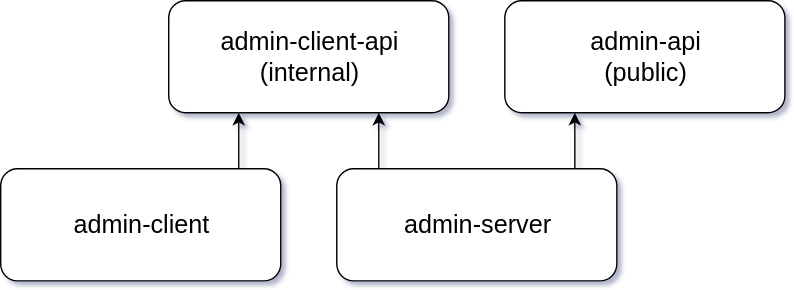
Before: docs/drawio/overview.svg, a diagram exported from draw.io (scommons/scommons-admin). Source tidied: cells renumbered, new cells last; positions are measured from the earlier drawing's top-left corner, leaving out a move shared by most shapes. Its diagram source:
```xml
<mxGraphModel background="#ffffff">
  <root>
    <mxCell id="0" />
    <mxCell id="1" parent="0" />
    <mxCell id="2" value="admin-api&lt;br&gt;(public)" style="rounded=1;whiteSpace=wrap;html=1;fillColor=#FFFFFF;fontSize=18;" parent="1" vertex="1">
      <mxGeometry x="360" width="200" height="80" as="geometry" />
    </mxCell>
    <mxCell id="3" style="edgeStyle=elbowEdgeStyle;rounded=0;html=1;exitX=0.25;exitY=0;entryX=0.75;entryY=1;startArrow=none;startFill=0;endArrow=classic;endFill=1;jettySize=auto;fontSize=16;" parent="1" edge="1" source="5" target="6">
      <mxGeometry relative="1" as="geometry">
        <Array as="points">
          <mxPoint x="270" y="100" />
        </Array>
      </mxGeometry>
    </mxCell>
    <mxCell id="4" style="edgeStyle=elbowEdgeStyle;rounded=0;html=1;exitX=0.75;exitY=0;entryX=0.25;entryY=1;startArrow=none;startFill=0;endArrow=classic;endFill=1;jettySize=auto;fontSize=16;" parent="1" edge="1" source="5" target="2">
      <mxGeometry relative="1" as="geometry">
        <Array as="points">
          <mxPoint x="410" y="100" />
        </Array>
      </mxGeometry>
    </mxCell>
    <mxCell id="5" value="admin-server" style="rounded=1;whiteSpace=wrap;html=1;fillColor=#FFFFFF;fontSize=18;" parent="1" vertex="1">
      <mxGeometry x="240" y="120" width="200" height="80" as="geometry" />
    </mxCell>
    <mxCell id="6" value="admin-client-api&lt;br&gt;(internal)" style="rounded=1;whiteSpace=wrap;html=1;fillColor=#FFFFFF;fontSize=18;" parent="1" vertex="1">
      <mxGeometry x="120" width="200" height="80" as="geometry" />
    </mxCell>
    <mxCell id="7" style="edgeStyle=elbowEdgeStyle;rounded=0;html=1;exitX=0.75;exitY=0;entryX=0.25;entryY=1;startArrow=none;startFill=0;endArrow=classic;endFill=1;jettySize=auto;fontSize=16;" parent="1" edge="1" source="8" target="6">
      <mxGeometry relative="1" as="geometry">
        <Array as="points">
          <mxPoint x="170" y="100" />
        </Array>
      </mxGeometry>
    </mxCell>
    <mxCell id="8" value="admin-client" style="rounded=1;whiteSpace=wrap;html=1;fillColor=#FFFFFF;fontSize=18;" parent="1" vertex="1">
      <mxGeometry y="120" width="200" height="80" as="geometry" />
    </mxCell>
  </root>
</mxGraphModel>
```
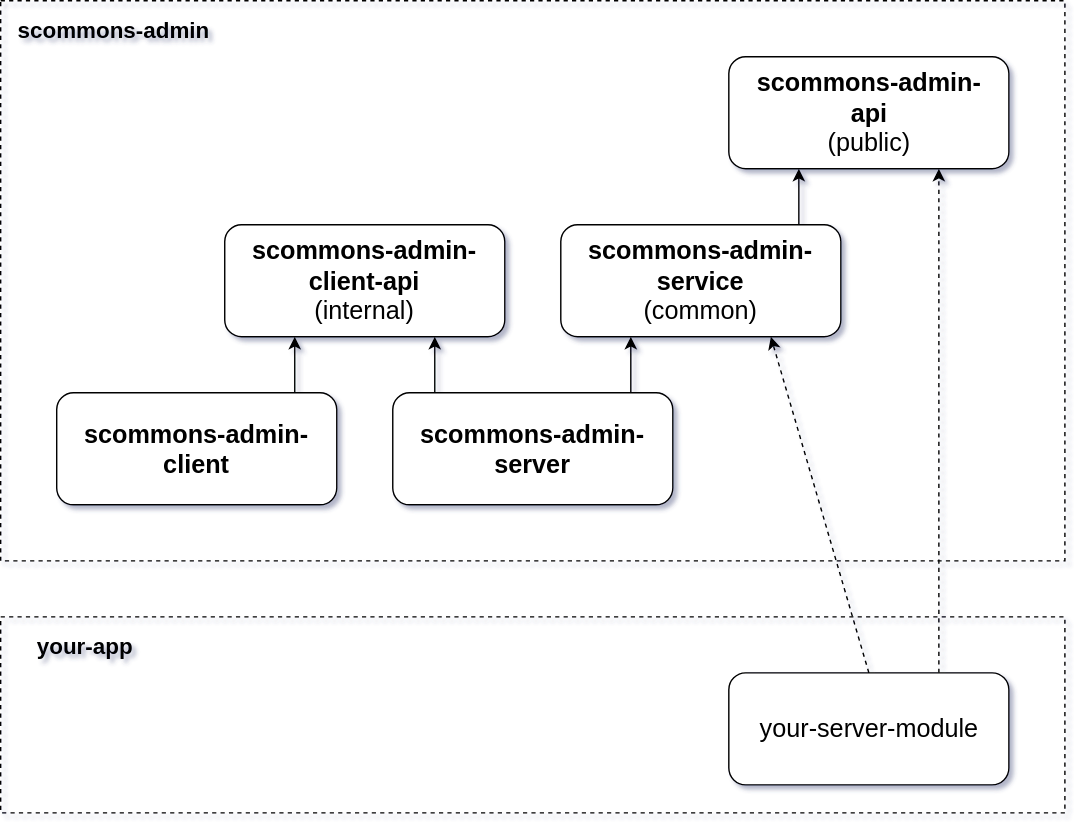
Later version of the same file.

The edit, as a diff of the source:
```diff
@@ -2,7 +2,17 @@
   <root>
     <mxCell id="0" />
     <mxCell id="1" parent="0" />
+    <mxCell id="9" style="rounded=0;whiteSpace=wrap;html=1;fillColor=none;fontSize=16;dashed=1;" parent="1" vertex="1">
+      <mxGeometry x="-40" y="-160" width="760" height="400" as="geometry" />
+    </mxCell>
+    <mxCell id="10" style="edgeStyle=elbowEdgeStyle;rounded=0;html=1;exitX=0.75;exitY=0;entryX=0.25;entryY=1;startArrow=none;startFill=0;endArrow=classic;endFill=1;jettySize=auto;fontSize=16;" parent="1" edge="1" source="2" target="11">
+      <mxGeometry relative="1" as="geometry">
+        <Array as="points">
+          <mxPoint x="530" y="-20" />
+        </Array>
+      </mxGeometry>
+    </mxCell>
-    <mxCell id="2" value="admin-api&lt;br&gt;(public)" style="rounded=1;whiteSpace=wrap;html=1;fillColor=#FFFFFF;fontSize=18;" parent="1" vertex="1">
+    <mxCell id="2" value="&lt;b&gt;scommons-admin-service&lt;/b&gt;&lt;br&gt;(common)" style="rounded=1;whiteSpace=wrap;html=1;fillColor=#FFFFFF;fontSize=18;" parent="1" vertex="1">
       <mxGeometry x="360" width="200" height="80" as="geometry" />
     </mxCell>
     <mxCell id="3" style="edgeStyle=elbowEdgeStyle;rounded=0;html=1;exitX=0.25;exitY=0;entryX=0.75;entryY=1;startArrow=none;startFill=0;endArrow=classic;endFill=1;jettySize=auto;fontSize=16;" parent="1" edge="1" source="5" target="6">
@@ -19,10 +29,10 @@
         </Array>
       </mxGeometry>
     </mxCell>
-    <mxCell id="5" value="admin-server" style="rounded=1;whiteSpace=wrap;html=1;fillColor=#FFFFFF;fontSize=18;" parent="1" vertex="1">
+    <mxCell id="5" value="&lt;b&gt;scommons-admin-server&lt;/b&gt;" style="rounded=1;whiteSpace=wrap;html=1;fillColor=#FFFFFF;fontSize=18;" parent="1" vertex="1">
       <mxGeometry x="240" y="120" width="200" height="80" as="geometry" />
     </mxCell>
-    <mxCell id="6" value="admin-client-api&lt;br&gt;(internal)" style="rounded=1;whiteSpace=wrap;html=1;fillColor=#FFFFFF;fontSize=18;" parent="1" vertex="1">
+    <mxCell id="6" value="&lt;b&gt;scommons-admin-client-api&lt;br&gt;&lt;/b&gt;(internal)" style="rounded=1;whiteSpace=wrap;html=1;fillColor=#FFFFFF;fontSize=18;" parent="1" vertex="1">
       <mxGeometry x="120" width="200" height="80" as="geometry" />
     </mxCell>
     <mxCell id="7" style="edgeStyle=elbowEdgeStyle;rounded=0;html=1;exitX=0.75;exitY=0;entryX=0.25;entryY=1;startArrow=none;startFill=0;endArrow=classic;endFill=1;jettySize=auto;fontSize=16;" parent="1" edge="1" source="8" target="6">
@@ -32,8 +42,29 @@
         </Array>
       </mxGeometry>
     </mxCell>
-    <mxCell id="8" value="admin-client" style="rounded=1;whiteSpace=wrap;html=1;fillColor=#FFFFFF;fontSize=18;" parent="1" vertex="1">
+    <mxCell id="8" value="&lt;b&gt;scommons-admin-client&lt;/b&gt;" style="rounded=1;whiteSpace=wrap;html=1;fillColor=#FFFFFF;fontSize=18;fontStyle=0;" parent="1" vertex="1">
       <mxGeometry y="120" width="200" height="80" as="geometry" />
     </mxCell>
+    <mxCell id="11" value="&lt;b&gt;scommons-admin-&lt;br&gt;api&lt;/b&gt;&lt;br&gt;(public)" style="rounded=1;whiteSpace=wrap;html=1;fillColor=#FFFFFF;fontSize=18;" parent="1" vertex="1">
+      <mxGeometry x="480" y="-120" width="200" height="80" as="geometry" />
+    </mxCell>
+    <mxCell id="12" value="scommons-admin" style="text;html=1;strokeColor=none;fillColor=none;align=center;verticalAlign=middle;whiteSpace=wrap;rounded=0;dashed=1;fontSize=16;fontStyle=1;" parent="1" vertex="1">
+      <mxGeometry x="-40" y="-160" width="160" height="40" as="geometry" />
+    </mxCell>
+    <mxCell id="13" style="rounded=0;whiteSpace=wrap;html=1;fillColor=none;fontSize=16;dashed=1;" parent="1" vertex="1">
+      <mxGeometry x="-40" y="280" width="760" height="140" as="geometry" />
+    </mxCell>
+    <mxCell id="14" value="your-app" style="text;html=1;strokeColor=none;fillColor=none;align=center;verticalAlign=middle;whiteSpace=wrap;rounded=0;dashed=1;fontSize=16;fontStyle=1;" parent="1" vertex="1">
+      <mxGeometry x="-40" y="280" width="120" height="40" as="geometry" />
+    </mxCell>
+    <mxCell id="15" style="edgeStyle=elbowEdgeStyle;rounded=0;html=1;exitX=0.75;exitY=0;entryX=0.75;entryY=1;dashed=1;startArrow=none;startFill=0;endArrow=classic;endFill=1;jettySize=auto;fontSize=16;" parent="1" edge="1" source="16" target="11">
+      <mxGeometry relative="1" as="geometry" />
+    </mxCell>
+    <mxCell id="16" value="your-server-module" style="rounded=1;whiteSpace=wrap;html=1;fillColor=#FFFFFF;fontSize=18;fontStyle=0;" parent="1" vertex="1">
+      <mxGeometry x="480" y="320" width="200" height="80" as="geometry" />
+    </mxCell>
+    <mxCell id="17" style="endArrow=classic;html=1;fontSize=16;entryX=0.75;entryY=1;exitX=0.5;exitY=0;dashed=1;" parent="1" edge="1" source="16" target="2">
+      <mxGeometry relative="1" as="geometry" />
+    </mxCell>
   </root>
 </mxGraphModel>
```
